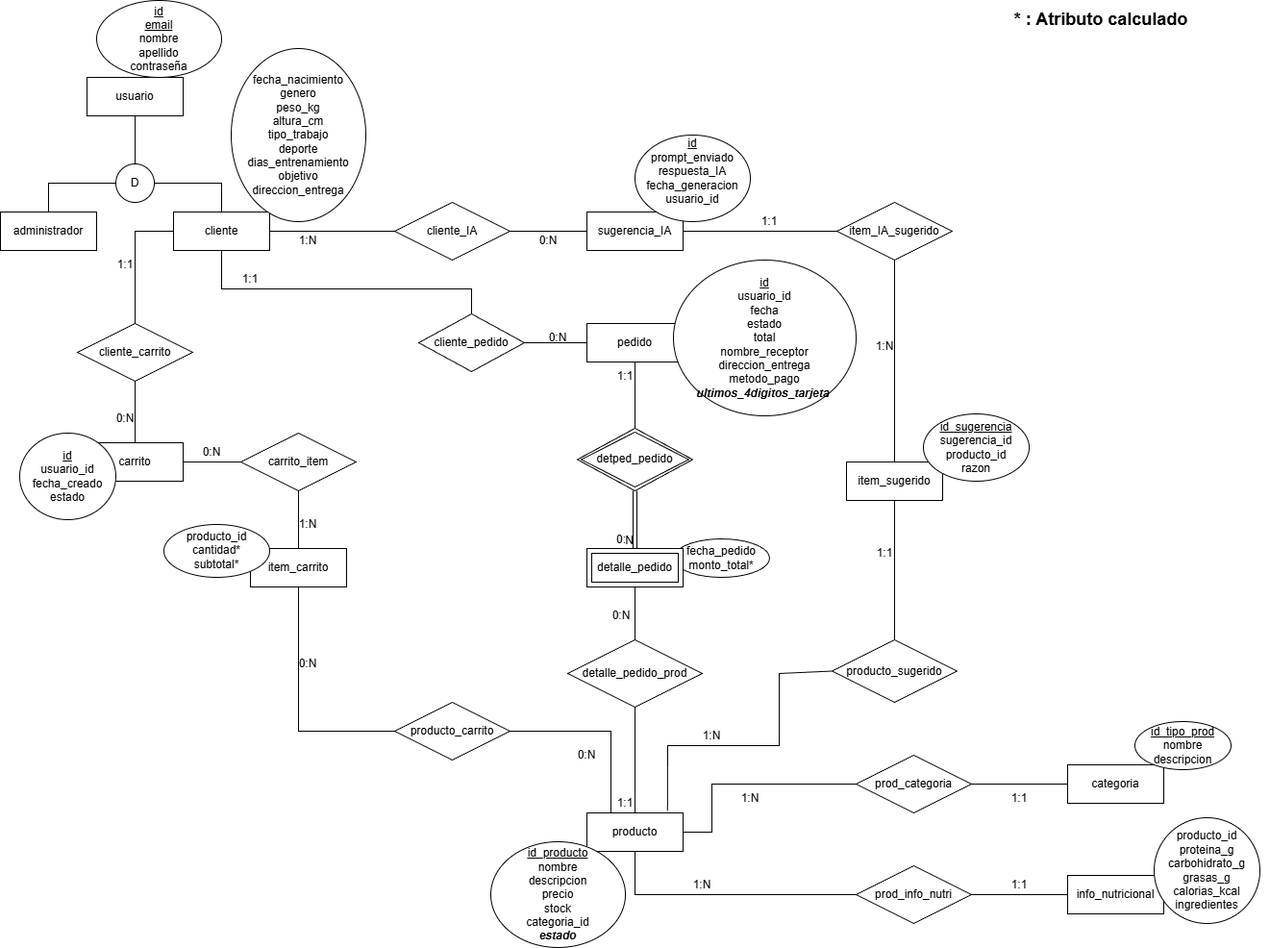
This is der.png from Juansuli/TP-JavaScript-SuplementosGym, a draw.io export, as it was before one commit. Source tidied: cells renumbered, new cells last; positions are measured from the earlier drawing's top-left corner, leaving out a move shared by most shapes.
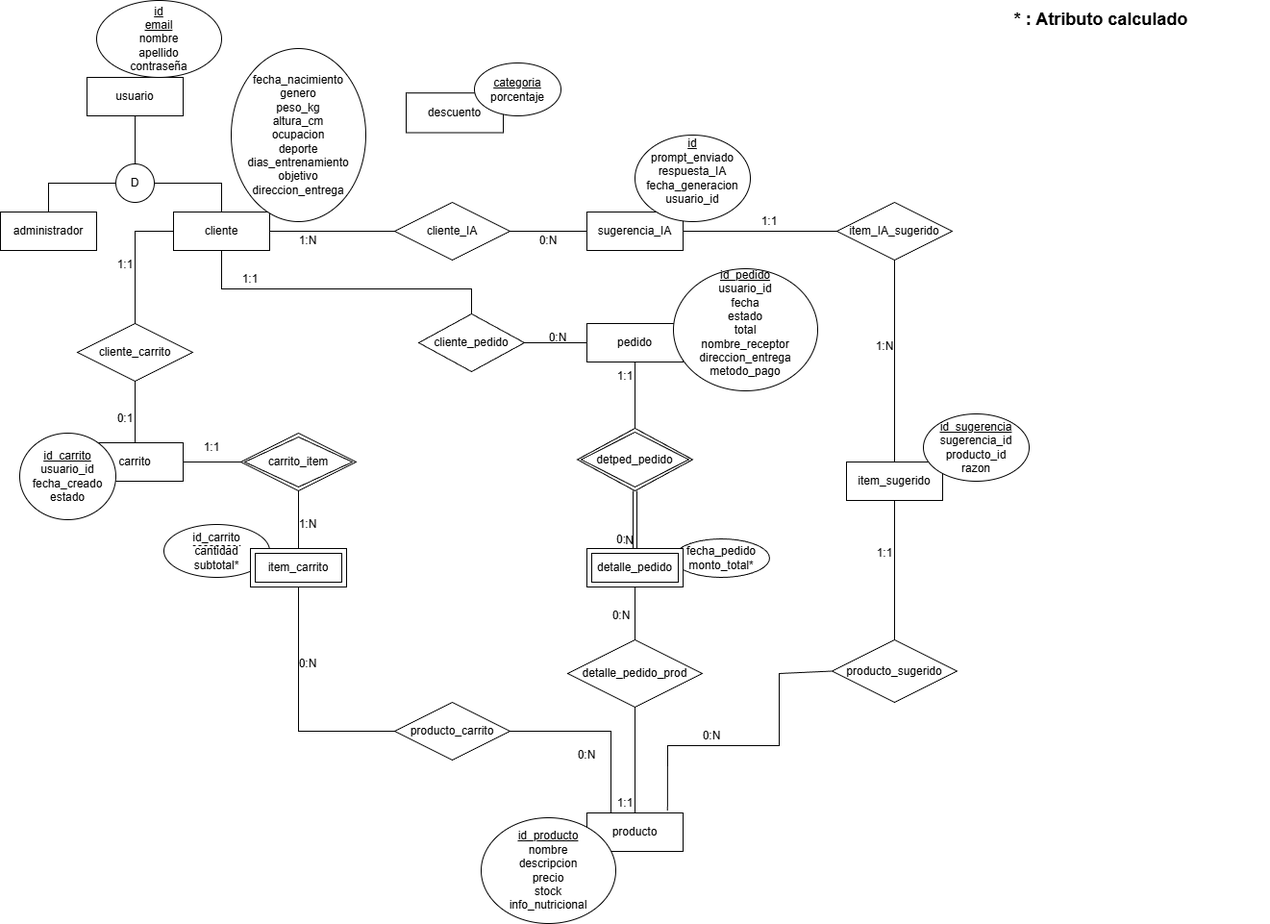
Above is the later version.

Commit message:
Agregado proposal, y modif der

- Se agrega la proposal.
- Se modifico MD:
    - Se modificaron multiplicidades
    - Se borro entidad categoria y  info_nutricional
    - Se agrego atributo "info_nutricional" a producto
    - se borro atributo "estado" de producto
    - Se cambio entidad Item_carrito por entidad debil
    - Se modifico el atributo calculado "cantidad" por atributo (solo)
    - Se agrego entidad "descuento"

Change to the diagram source:
```diff
@@ -34,7 +34,7 @@
     <mxCell id="9" value="&lt;u&gt;id&lt;/u&gt;&lt;div&gt;&lt;u&gt;email&lt;/u&gt;&lt;/div&gt;&lt;div&gt;nombre&lt;/div&gt;&lt;div&gt;apellido&lt;/div&gt;&lt;div&gt;contraseña&lt;/div&gt;" style="ellipse;whiteSpace=wrap;html=1;align=center;" parent="1" vertex="1">
       <mxGeometry x="100" width="130" height="80" as="geometry" />
     </mxCell>
-    <mxCell id="10" value="fecha_nacimiento&lt;div&gt;genero&lt;/div&gt;&lt;div&gt;peso_kg&lt;/div&gt;&lt;div&gt;altura_cm&lt;/div&gt;&lt;div&gt;tipo_trabajo&lt;/div&gt;&lt;div&gt;deporte&lt;/div&gt;&lt;div&gt;dias_entrenamiento&lt;/div&gt;&lt;div&gt;objetivo&lt;/div&gt;&lt;div&gt;direccion_entrega&lt;/div&gt;" style="ellipse;whiteSpace=wrap;html=1;align=center;" parent="1" vertex="1">
+    <mxCell id="10" value="fecha_nacimiento&lt;div&gt;genero&lt;/div&gt;&lt;div&gt;peso_kg&lt;/div&gt;&lt;div&gt;altura_cm&lt;/div&gt;&lt;div&gt;ocupacion&lt;/div&gt;&lt;div&gt;deporte&lt;/div&gt;&lt;div&gt;dias_entrenamiento&lt;/div&gt;&lt;div&gt;objetivo&lt;/div&gt;&lt;div&gt;direccion_entrega&lt;/div&gt;" style="ellipse;whiteSpace=wrap;html=1;align=center;" parent="1" vertex="1">
       <mxGeometry x="240" y="50" width="140" height="180" as="geometry" />
     </mxCell>
     <mxCell id="11" value="pedido" style="whiteSpace=wrap;html=1;align=center;" parent="1" vertex="1">
@@ -43,45 +43,30 @@
     <mxCell id="12" value="sugerencia_IA" style="whiteSpace=wrap;html=1;align=center;" parent="1" vertex="1">
       <mxGeometry x="610" y="220" width="100" height="40" as="geometry" />
     </mxCell>
-    <mxCell id="13" value="&lt;u&gt;id&lt;/u&gt;&lt;div&gt;usuario_id&lt;/div&gt;&lt;div&gt;fecha&lt;/div&gt;&lt;div&gt;estado&lt;/div&gt;&lt;div&gt;total&lt;/div&gt;&lt;div&gt;nombre_receptor&lt;/div&gt;&lt;div&gt;direccion_entrega&lt;/div&gt;&lt;div&gt;metodo_pago&lt;/div&gt;&lt;div&gt;&lt;i&gt;&lt;b&gt;ultimos_4digitos_tarjeta&amp;nbsp;&lt;/b&gt;&lt;/i&gt;&lt;/div&gt;" style="ellipse;whiteSpace=wrap;html=1;align=center;" parent="1" vertex="1">
-      <mxGeometry x="700" y="270" width="190" height="162" as="geometry" />
+    <mxCell id="13" value="&lt;u&gt;id_pedido&lt;/u&gt;&lt;div&gt;usuario_id&lt;/div&gt;&lt;div&gt;fecha&lt;/div&gt;&lt;div&gt;estado&lt;/div&gt;&lt;div&gt;total&lt;/div&gt;&lt;div&gt;nombre_receptor&lt;/div&gt;&lt;div&gt;direccion_entrega&lt;/div&gt;&lt;div&gt;metodo_pago&lt;/div&gt;&lt;div&gt;&lt;br&gt;&lt;/div&gt;" style="ellipse;whiteSpace=wrap;html=1;align=center;" parent="1" vertex="1">
+      <mxGeometry x="700" y="279" width="150" height="127" as="geometry" />
     </mxCell>
-    <mxCell id="14" value="item_carrito" style="whiteSpace=wrap;html=1;align=center;" parent="1" vertex="1">
-      <mxGeometry x="260" y="570" width="100" height="40" as="geometry" />
-    </mxCell>
     <mxCell id="15" value="item_sugerido" style="whiteSpace=wrap;html=1;align=center;" parent="1" vertex="1">
       <mxGeometry x="880" y="480" width="100" height="40" as="geometry" />
     </mxCell>
     <mxCell id="16" value="producto" style="whiteSpace=wrap;html=1;align=center;" parent="1" vertex="1">
       <mxGeometry x="610" y="845" width="100" height="40" as="geometry" />
     </mxCell>
-    <mxCell id="17" value="categoria" style="whiteSpace=wrap;html=1;align=center;" parent="1" vertex="1">
-      <mxGeometry x="1110" y="795" width="100" height="40" as="geometry" />
-    </mxCell>
-    <mxCell id="18" value="info_nutricional" style="whiteSpace=wrap;html=1;align=center;" parent="1" vertex="1">
-      <mxGeometry x="1110" y="910" width="100" height="40" as="geometry" />
-    </mxCell>
     <mxCell id="19" value="&lt;div&gt;&lt;u&gt;id&lt;/u&gt;&lt;/div&gt;prompt_enviado&lt;div&gt;respuesta_IA&lt;/div&gt;&lt;div&gt;fecha_generacion&lt;/div&gt;&lt;div&gt;usuario_id&lt;/div&gt;&lt;div&gt;&lt;br&gt;&lt;/div&gt;" style="ellipse;whiteSpace=wrap;html=1;align=center;" parent="1" vertex="1">
       <mxGeometry x="660" y="140" width="120" height="90" as="geometry" />
     </mxCell>
-    <mxCell id="20" value="producto_id&lt;div&gt;cantidad*&lt;/div&gt;&lt;div&gt;subtotal*&lt;/div&gt;" style="ellipse;whiteSpace=wrap;html=1;align=center;" parent="1" vertex="1">
+    <mxCell id="20" value="&lt;div&gt;id_carrito&lt;/div&gt;&lt;div&gt;cantidad&lt;/div&gt;&lt;div&gt;subtotal*&lt;/div&gt;" style="ellipse;whiteSpace=wrap;html=1;align=center;" parent="1" vertex="1">
       <mxGeometry x="170" y="545" width="110" height="55" as="geometry" />
     </mxCell>
-    <mxCell id="21" value="&lt;u&gt;id_producto&lt;/u&gt;&lt;div&gt;nombre&lt;/div&gt;&lt;div&gt;descripcion&lt;/div&gt;&lt;div&gt;precio&lt;/div&gt;&lt;div&gt;stock&lt;/div&gt;&lt;div&gt;categoria_id&lt;/div&gt;&lt;div&gt;&lt;i&gt;&lt;b&gt;estado&lt;/b&gt;&lt;/i&gt;&lt;/div&gt;" style="ellipse;whiteSpace=wrap;html=1;align=center;" parent="1" vertex="1">
-      <mxGeometry x="510" y="875" width="140" height="110" as="geometry" />
+    <mxCell id="21" value="&lt;u&gt;id_producto&lt;/u&gt;&lt;div&gt;nombre&lt;/div&gt;&lt;div&gt;descripcion&lt;/div&gt;&lt;div&gt;precio&lt;/div&gt;&lt;div&gt;stock&lt;/div&gt;&lt;div&gt;info_nutricional&lt;/div&gt;" style="ellipse;whiteSpace=wrap;html=1;align=center;" parent="1" vertex="1">
+      <mxGeometry x="500" y="850" width="140" height="110" as="geometry" />
     </mxCell>
-    <mxCell id="22" value="&lt;div&gt;&lt;u&gt;id_tipo_prod&lt;/u&gt;&lt;/div&gt;nombre&lt;div&gt;descripcion&lt;/div&gt;" style="ellipse;whiteSpace=wrap;html=1;align=center;" parent="1" vertex="1">
-      <mxGeometry x="1180" y="750" width="100" height="50" as="geometry" />
-    </mxCell>
     <mxCell id="23" value="fecha_pedido&lt;div&gt;monto_total*&lt;/div&gt;" style="ellipse;whiteSpace=wrap;html=1;align=center;" parent="1" vertex="1">
       <mxGeometry x="700" y="560" width="100" height="40" as="geometry" />
     </mxCell>
     <mxCell id="24" value="&lt;div&gt;&lt;u&gt;id_sugerencia&lt;/u&gt;&lt;/div&gt;sugerencia_id&lt;div&gt;producto_id&lt;/div&gt;&lt;div&gt;razon&lt;/div&gt;" style="ellipse;whiteSpace=wrap;html=1;align=center;" parent="1" vertex="1">
       <mxGeometry x="960" y="430" width="110" height="70" as="geometry" />
     </mxCell>
-    <mxCell id="25" value="producto_id&lt;div&gt;proteina_g&lt;/div&gt;&lt;div&gt;carbohidrato_g&lt;/div&gt;&lt;div&gt;grasas_g&lt;/div&gt;&lt;div&gt;calorias_kcal&lt;/div&gt;&lt;div&gt;ingredientes&lt;/div&gt;" style="ellipse;whiteSpace=wrap;html=1;align=center;" parent="1" vertex="1">
-      <mxGeometry x="1200" y="850" width="110" height="110" as="geometry" />
-    </mxCell>
     <mxCell id="26" value="cliente_IA" style="shape=rhombus;perimeter=rhombusPerimeter;whiteSpace=wrap;html=1;align=center;" parent="1" vertex="1">
       <mxGeometry x="410" y="210" width="120" height="60" as="geometry" />
     </mxCell>
@@ -108,7 +93,7 @@
     <mxCell id="32" value="carrito" style="whiteSpace=wrap;html=1;align=center;" parent="1" vertex="1">
       <mxGeometry x="90" y="460" width="100" height="40" as="geometry" />
     </mxCell>
-    <mxCell id="33" value="&lt;u&gt;id&lt;/u&gt;&lt;div&gt;usuario_id&lt;/div&gt;&lt;div&gt;fecha_creado&lt;/div&gt;&lt;div&gt;estado&lt;/div&gt;" style="ellipse;whiteSpace=wrap;html=1;align=center;" parent="1" vertex="1">
+    <mxCell id="33" value="&lt;u&gt;id_carrito&lt;/u&gt;&lt;div&gt;usuario_id&lt;/div&gt;&lt;div&gt;fecha_creado&lt;/div&gt;&lt;div&gt;estado&lt;/div&gt;" style="ellipse;whiteSpace=wrap;html=1;align=center;" parent="1" vertex="1">
       <mxGeometry x="20" y="450" width="100" height="90" as="geometry" />
     </mxCell>
     <mxCell id="34" value="cliente_carrito" style="shape=rhombus;perimeter=rhombusPerimeter;whiteSpace=wrap;html=1;align=center;" parent="1" vertex="1">
@@ -125,21 +110,20 @@
     <mxCell id="36" style="endArrow=none;html=1;rounded=0;exitX=0.5;exitY=1;exitDx=0;exitDy=0;entryX=0.5;entryY=0;entryDx=0;entryDy=0;" parent="1" edge="1" source="34" target="32">
       <mxGeometry relative="1" as="geometry" />
     </mxCell>
-    <mxCell id="37" value="carrito_item" style="shape=rhombus;perimeter=rhombusPerimeter;whiteSpace=wrap;html=1;align=center;" parent="1" vertex="1">
-      <mxGeometry x="250" y="450" width="120" height="60" as="geometry" />
-    </mxCell>
     <mxCell id="38" style="endArrow=none;html=1;rounded=0;exitX=0.5;exitY=1;exitDx=0;exitDy=0;entryX=0.5;entryY=0;entryDx=0;entryDy=0;" parent="1" edge="1" source="11" target="57">
       <mxGeometry relative="1" as="geometry" />
     </mxCell>
-    <mxCell id="39" style="endArrow=none;html=1;rounded=0;exitX=1;exitY=0.5;exitDx=0;exitDy=0;entryX=0;entryY=0.5;entryDx=0;entryDy=0;" parent="1" edge="1" source="32" target="37">
+    <mxCell id="39" style="endArrow=none;html=1;rounded=0;exitX=1;exitY=0.5;exitDx=0;exitDy=0;entryX=0.029;entryY=0.514;entryDx=0;entryDy=0;entryPerimeter=0;" parent="1" edge="1" source="32" target="37">
       <mxGeometry relative="1" as="geometry">
         <Array as="points">
           <mxPoint x="250" y="480" />
         </Array>
       </mxGeometry>
     </mxCell>
-    <mxCell id="40" style="endArrow=none;html=1;rounded=0;exitX=0.5;exitY=1;exitDx=0;exitDy=0;entryX=0.5;entryY=0;entryDx=0;entryDy=0;" parent="1" edge="1" source="37" target="14">
-      <mxGeometry relative="1" as="geometry" />
+    <mxCell id="40" style="endArrow=none;html=1;rounded=0;exitX=0.5;exitY=1;exitDx=0;exitDy=0;entryX=0.5;entryY=0;entryDx=0;entryDy=0;" parent="1" edge="1" source="37">
+      <mxGeometry relative="1" as="geometry">
+        <mxPoint x="310" y="570" as="targetPoint" />
+      </mxGeometry>
     </mxCell>
     <mxCell id="41" value="item_IA_sugerido" style="shape=rhombus;perimeter=rhombusPerimeter;whiteSpace=wrap;html=1;align=center;" parent="1" vertex="1">
       <mxGeometry x="870" y="210" width="120" height="60" as="geometry" />
@@ -150,9 +134,6 @@
     <mxCell id="43" style="endArrow=none;html=1;rounded=0;exitX=0.5;exitY=1;exitDx=0;exitDy=0;entryX=0.5;entryY=0;entryDx=0;entryDy=0;" parent="1" edge="1" source="41" target="15">
       <mxGeometry relative="1" as="geometry" />
     </mxCell>
-    <mxCell id="44" value="prod_info_nutri" style="shape=rhombus;perimeter=rhombusPerimeter;whiteSpace=wrap;html=1;align=center;" parent="1" vertex="1">
-      <mxGeometry x="890" y="900" width="120" height="60" as="geometry" />
-    </mxCell>
     <mxCell id="45" value="detalle_pedido_prod" style="shape=rhombus;perimeter=rhombusPerimeter;whiteSpace=wrap;html=1;align=center;" parent="1" vertex="1">
       <mxGeometry x="590" y="665" width="140" height="70" as="geometry" />
     </mxCell>
@@ -163,8 +144,9 @@
         </Array>
       </mxGeometry>
     </mxCell>
-    <mxCell id="47" style="endArrow=none;html=1;rounded=0;exitX=0.5;exitY=1;exitDx=0;exitDy=0;" parent="1" edge="1" source="14" target="63">
+    <mxCell id="47" style="endArrow=none;html=1;rounded=0;" parent="1" edge="1" target="63">
       <mxGeometry relative="1" as="geometry">
+        <mxPoint x="310" y="610" as="sourcePoint" />
         <Array as="points">
           <mxPoint x="310" y="760" />
         </Array>
@@ -173,33 +155,9 @@
     <mxCell id="48" style="endArrow=none;html=1;rounded=0;exitX=0.5;exitY=1;exitDx=0;exitDy=0;entryX=0.5;entryY=0;entryDx=0;entryDy=0;" parent="1" edge="1" source="56" target="45">
       <mxGeometry relative="1" as="geometry" />
     </mxCell>
-    <mxCell id="49" value="prod_categoria" style="shape=rhombus;perimeter=rhombusPerimeter;whiteSpace=wrap;html=1;align=center;" parent="1" vertex="1">
-      <mxGeometry x="890" y="785" width="120" height="60" as="geometry" />
-    </mxCell>
-    <mxCell id="50" style="endArrow=none;html=1;rounded=0;exitX=1;exitY=0.5;exitDx=0;exitDy=0;entryX=0;entryY=0.5;entryDx=0;entryDy=0;" parent="1" edge="1" source="16" target="49">
-      <mxGeometry relative="1" as="geometry">
-        <Array as="points">
-          <mxPoint x="740" y="865" />
-          <mxPoint x="740" y="815" />
-        </Array>
-      </mxGeometry>
-    </mxCell>
     <mxCell id="51" style="edgeStyle=orthogonalEdgeStyle;rounded=0;orthogonalLoop=1;jettySize=auto;html=1;exitX=0.5;exitY=1;exitDx=0;exitDy=0;" parent="1" edge="1" source="16" target="16">
       <mxGeometry relative="1" as="geometry" />
     </mxCell>
-    <mxCell id="52" style="endArrow=none;html=1;rounded=0;exitX=0.5;exitY=1;exitDx=0;exitDy=0;entryX=0;entryY=0.5;entryDx=0;entryDy=0;" parent="1" edge="1" source="16" target="44">
-      <mxGeometry relative="1" as="geometry">
-        <Array as="points">
-          <mxPoint x="660" y="930" />
-        </Array>
-      </mxGeometry>
-    </mxCell>
-    <mxCell id="53" style="endArrow=none;html=1;rounded=0;exitX=1;exitY=0.5;exitDx=0;exitDy=0;entryX=0;entryY=0.5;entryDx=0;entryDy=0;" parent="1" edge="1" source="49" target="17">
-      <mxGeometry relative="1" as="geometry" />
-    </mxCell>
-    <mxCell id="54" style="endArrow=none;html=1;rounded=0;exitX=1;exitY=0.5;exitDx=0;exitDy=0;entryX=0;entryY=0.5;entryDx=0;entryDy=0;" parent="1" edge="1" source="44" target="18">
-      <mxGeometry relative="1" as="geometry" />
-    </mxCell>
     <mxCell id="55" value="&lt;font style=&quot;font-size: 18px;&quot;&gt;&lt;b&gt;* : Atributo calculado&lt;/b&gt;&lt;/font&gt;" style="text;html=1;whiteSpace=wrap;strokeColor=none;fillColor=none;align=center;verticalAlign=middle;rounded=0;" parent="1" vertex="1">
       <mxGeometry x="970" y="15" width="350" height="10" as="geometry" />
     </mxCell>
@@ -243,11 +201,11 @@
     <mxCell id="65" value="1:1" style="text;html=1;whiteSpace=wrap;strokeColor=none;fillColor=none;align=center;verticalAlign=middle;rounded=0;" parent="1" vertex="1">
       <mxGeometry x="100" y="260" width="60" height="30" as="geometry" />
     </mxCell>
-    <mxCell id="66" value="0:N" style="text;html=1;whiteSpace=wrap;strokeColor=none;fillColor=none;align=center;verticalAlign=middle;rounded=0;" parent="1" vertex="1">
+    <mxCell id="66" value="0:1" style="text;html=1;whiteSpace=wrap;strokeColor=none;fillColor=none;align=center;verticalAlign=middle;rounded=0;" parent="1" vertex="1">
       <mxGeometry x="100" y="420" width="60" height="30" as="geometry" />
     </mxCell>
-    <mxCell id="67" value="0:N" style="text;html=1;whiteSpace=wrap;strokeColor=none;fillColor=none;align=center;verticalAlign=middle;rounded=0;" parent="1" vertex="1">
-      <mxGeometry x="190" y="455" width="60" height="30" as="geometry" />
+    <mxCell id="67" value="1:1" style="text;html=1;whiteSpace=wrap;strokeColor=none;fillColor=none;align=center;verticalAlign=middle;rounded=0;" parent="1" vertex="1">
+      <mxGeometry x="190" y="450" width="60" height="30" as="geometry" />
     </mxCell>
     <mxCell id="68" value="1:N" style="text;html=1;whiteSpace=wrap;strokeColor=none;fillColor=none;align=center;verticalAlign=middle;rounded=0;" parent="1" vertex="1">
       <mxGeometry x="290" y="530" width="60" height="30" as="geometry" />
@@ -258,22 +216,10 @@
     <mxCell id="70" value="0:N" style="text;html=1;whiteSpace=wrap;strokeColor=none;fillColor=none;align=center;verticalAlign=middle;rounded=0;" parent="1" vertex="1">
       <mxGeometry x="290" y="675" width="60" height="30" as="geometry" />
     </mxCell>
-    <mxCell id="71" value="1:N" style="text;html=1;whiteSpace=wrap;strokeColor=none;fillColor=none;align=center;verticalAlign=middle;rounded=0;" parent="1" vertex="1">
-      <mxGeometry x="750" y="815" width="60" height="30" as="geometry" />
-    </mxCell>
-    <mxCell id="72" value="1:1" style="text;html=1;whiteSpace=wrap;strokeColor=none;fillColor=none;align=center;verticalAlign=middle;rounded=0;" parent="1" vertex="1">
-      <mxGeometry x="1030" y="815" width="60" height="30" as="geometry" />
-    </mxCell>
-    <mxCell id="73" value="1:1" style="text;html=1;whiteSpace=wrap;strokeColor=none;fillColor=none;align=center;verticalAlign=middle;rounded=0;" parent="1" vertex="1">
-      <mxGeometry x="1030" y="905" width="60" height="30" as="geometry" />
-    </mxCell>
-    <mxCell id="74" value="1:N" style="text;html=1;whiteSpace=wrap;strokeColor=none;fillColor=none;align=center;verticalAlign=middle;rounded=0;" parent="1" vertex="1">
-      <mxGeometry x="700" y="905" width="60" height="30" as="geometry" />
-    </mxCell>
     <mxCell id="75" value="1:1" style="text;html=1;whiteSpace=wrap;strokeColor=none;fillColor=none;align=center;verticalAlign=middle;rounded=0;" parent="1" vertex="1">
       <mxGeometry x="890" y="560" width="60" height="30" as="geometry" />
     </mxCell>
-    <mxCell id="76" value="1:N" style="text;html=1;whiteSpace=wrap;strokeColor=none;fillColor=none;align=center;verticalAlign=middle;rounded=0;" parent="1" vertex="1">
+    <mxCell id="76" value="0:N" style="text;html=1;whiteSpace=wrap;strokeColor=none;fillColor=none;align=center;verticalAlign=middle;rounded=0;" parent="1" vertex="1">
       <mxGeometry x="710" y="750" width="60" height="30" as="geometry" />
     </mxCell>
     <mxCell id="77" value="1:N" style="text;html=1;whiteSpace=wrap;strokeColor=none;fillColor=none;align=center;verticalAlign=middle;rounded=0;" parent="1" vertex="1">
@@ -306,5 +252,23 @@
     <mxCell id="86" value="1:N" style="text;html=1;whiteSpace=wrap;strokeColor=none;fillColor=none;align=center;verticalAlign=middle;rounded=0;" parent="1" vertex="1">
       <mxGeometry x="890" y="345" width="60" height="30" as="geometry" />
     </mxCell>
+    <mxCell id="37" value="carrito_item" style="shape=rhombus;double=1;perimeter=rhombusPerimeter;whiteSpace=wrap;html=1;align=center;" parent="1" vertex="1">
+      <mxGeometry x="250" y="450" width="120" height="60" as="geometry" />
+    </mxCell>
+    <mxCell id="14" value="item_carrito" style="shape=ext;margin=3;double=1;whiteSpace=wrap;html=1;align=center;" parent="1" vertex="1">
+      <mxGeometry x="260" y="570" width="100" height="40" as="geometry" />
+    </mxCell>
+    <mxCell id="87" style="endArrow=none;dashed=1;html=1;rounded=0;curved=0;" parent="1" edge="1">
+      <mxGeometry relative="1" as="geometry">
+        <mxPoint x="200" y="567" as="sourcePoint" />
+        <mxPoint x="250" y="567" as="targetPoint" />
+      </mxGeometry>
+    </mxCell>
+    <mxCell id="88" value="descuento" style="whiteSpace=wrap;html=1;align=center;" parent="1" vertex="1">
+      <mxGeometry x="422" y="96.2" width="101" height="41.2" as="geometry" />
+    </mxCell>
+    <mxCell id="89" value="&lt;div&gt;&lt;u&gt;categoria&lt;/u&gt;&lt;/div&gt;&lt;div&gt;porcentaje&lt;/div&gt;" style="ellipse;whiteSpace=wrap;html=1;align=center;" parent="1" vertex="1">
+      <mxGeometry x="493" y="65" width="90" height="55" as="geometry" />
+    </mxCell>
   </root>
 </mxGraphModel>
```
